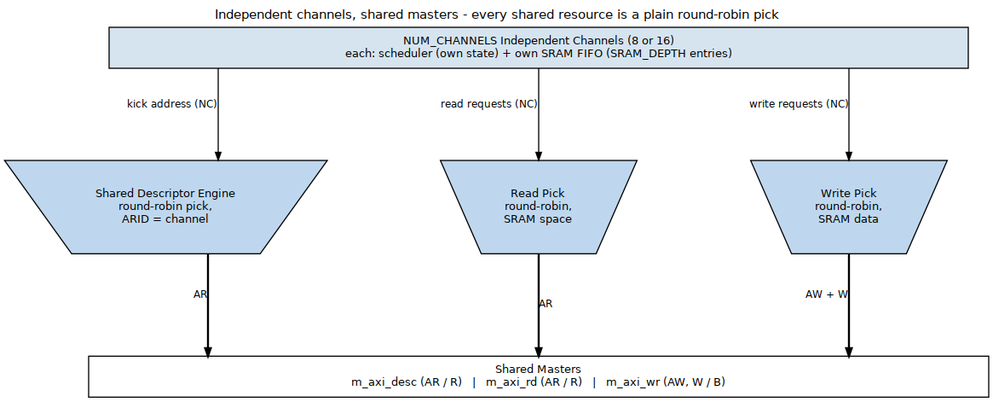
Before: projects/components/dma-ip/stream/docs/stream_has/assets/graphviz/ch03_channel_architecture.png, a diagram exported from Graphviz (sean-galloway/RTLDesignSherpa). Its source is kept beside it as projects/components/dma-ip/stream/docs/stream_has/assets/graphviz/ch03_channel_architecture.dot.
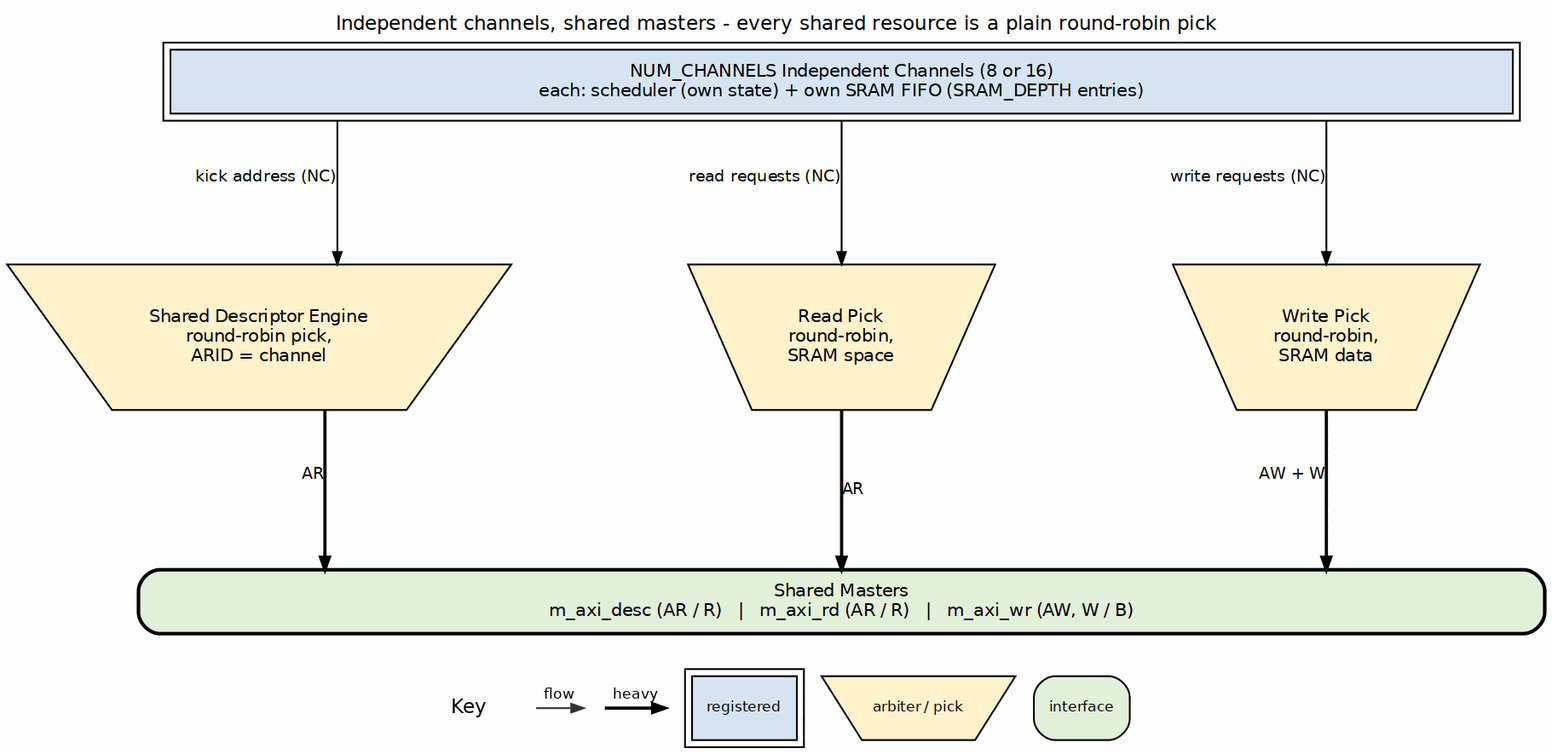
After the commit.

What changed in the source:
```diff
@@ -3,13 +3,13 @@
            nodesep="0.7", ranksep="1.1", splines=ortho,
            label="Independent channels, shared masters - every shared resource is a plain round-robin pick", labelloc=t, labeljust=c];
     node  [fontname="Helvetica", fontsize=10, shape=box, style=filled,
-           fillcolor="#D6E4F0", color="black", margin="0.12,0.06"];
+           fillcolor="white", color="black", margin="0.12,0.06"];
     edge  [fontname="Helvetica", fontsize=9, color="black", arrowsize=0.7];
-    grp [label="NUM_CHANNELS Independent Channels (8 or 16)\neach: scheduler (own state) + own SRAM FIFO (SRAM_DEPTH entries)", width=10.5];
-    darb [label="Shared Descriptor Engine\nround-robin pick,\nARID = channel", shape=invtrapezium, width=2.4, fillcolor="#BFD7EE"];
-    rarb [label="Read Pick\nround-robin,\nSRAM space", shape=invtrapezium, width=2.4, fillcolor="#BFD7EE"];
-    warb [label="Write Pick\nround-robin,\nSRAM data", shape=invtrapezium, width=2.4, fillcolor="#BFD7EE"];
-    bar  [label="Shared Masters\nm_axi_desc (AR / R)   |   m_axi_rd (AR / R)   |   m_axi_wr (AW, W / B)", fillcolor="white", width=11.0];
+    grp [label="NUM_CHANNELS Independent Channels (8 or 16)\neach: scheduler (own state) + own SRAM FIFO (SRAM_DEPTH entries)", width=10.5, peripheries=2, style="filled", fillcolor="#D6E4F0"];
+    darb [label="Shared Descriptor Engine\nround-robin pick,\nARID = channel", shape=invtrapezium, width=2.4, fillcolor="#BFD7EE", style="filled", fillcolor="#FFF2CC"];
+    rarb [label="Read Pick\nround-robin,\nSRAM space", shape=invtrapezium, width=2.4, fillcolor="#BFD7EE", style="filled", fillcolor="#FFF2CC"];
+    warb [label="Write Pick\nround-robin,\nSRAM data", shape=invtrapezium, width=2.4, fillcolor="#BFD7EE", style="filled", fillcolor="#FFF2CC"];
+    bar  [label="Shared Masters\nm_axi_desc (AR / R)   |   m_axi_rd (AR / R)   |   m_axi_wr (AW, W / B)", fillcolor="white", width=11.0, style="rounded,filled,bold", fillcolor="#E2EFDA"];
 
     grp -> darb [xlabel="kick address (NC)"];
     grp -> rarb [xlabel="read requests (NC)"];
```
